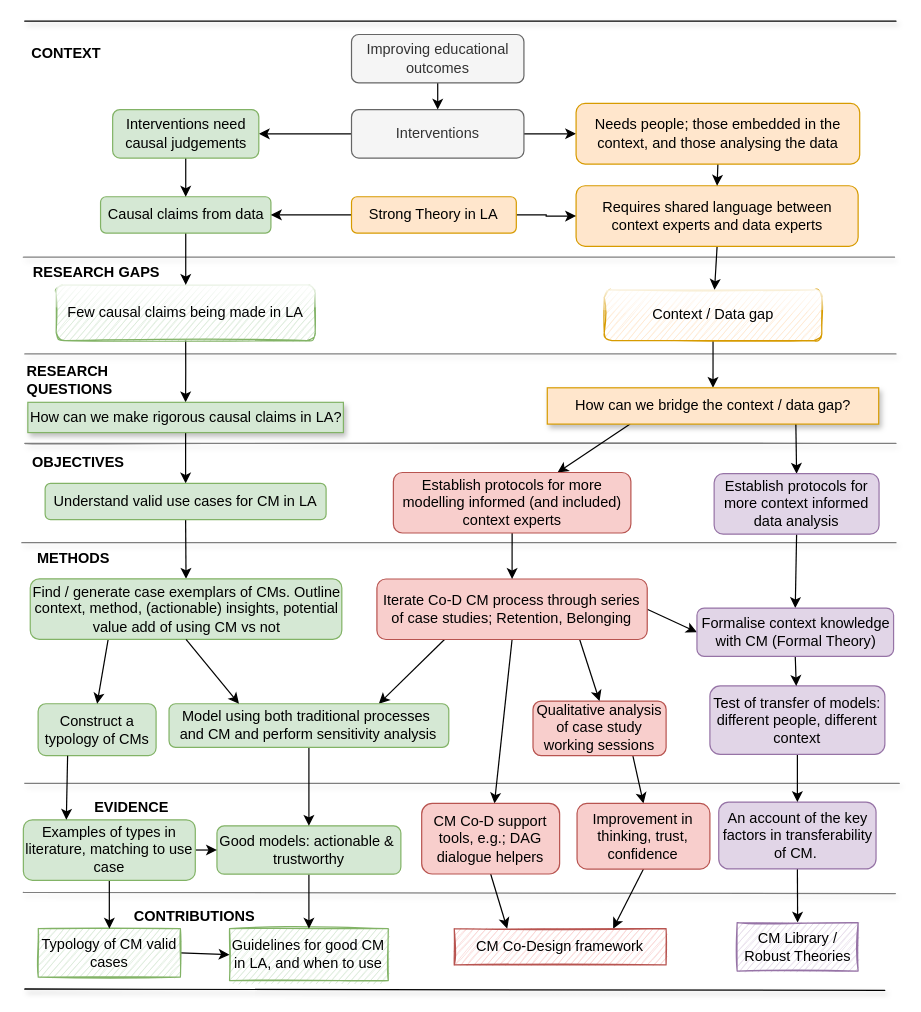
Before: page "Page-10" (10 of 10) of Thesis diagram.drawio in benwhicks/phd, a draw.io diagram. Source tidied: cells renumbered, new cells numbered last; positions are measured from the earlier drawing's top-left corner, leaving out a move shared by most shapes. Both pictures are drawn from the tidied source at 121%, with x=0, y=0 at pixel (22, 21).
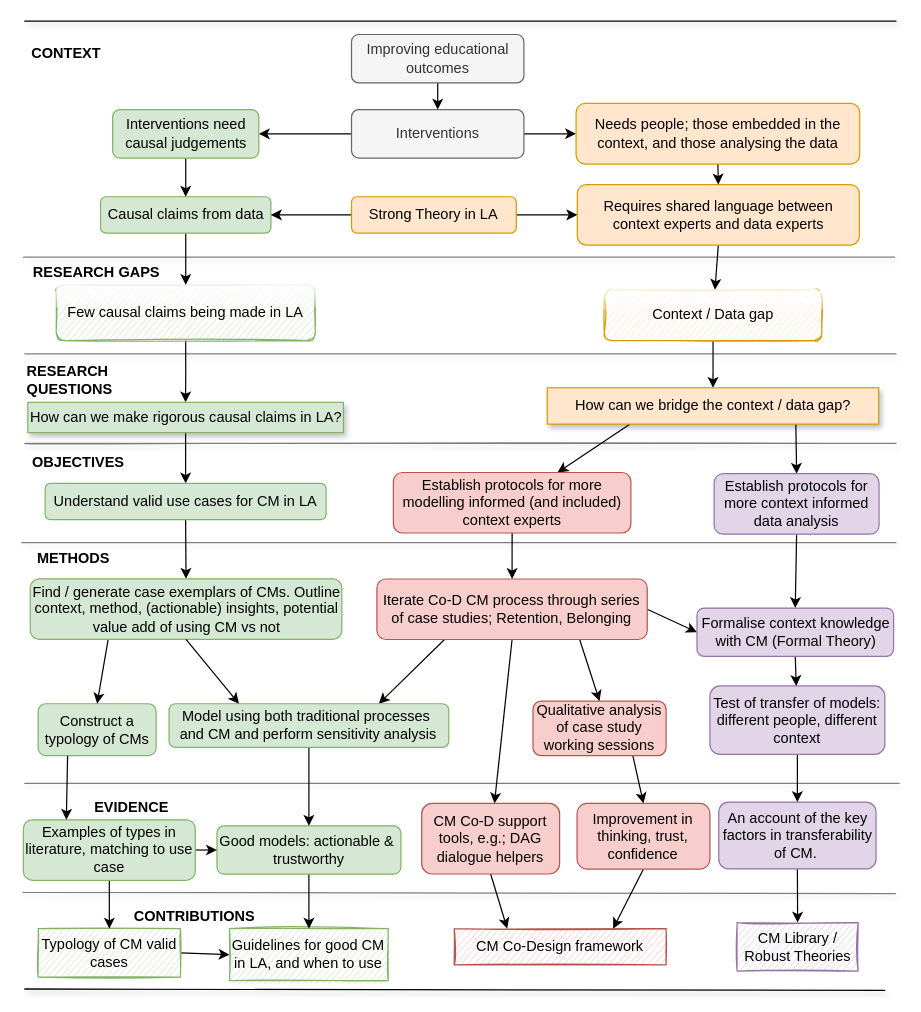
The same diagram, later.

Unchanged cells that the change refers to:
```xml
<mxCell id="83" value="Strong Theory in LA" style="rounded=1;whiteSpace=wrap;html=1;fillColor=#ffe6cc;strokeColor=#d79b00;" parent="1" vertex="1">
  <mxGeometry x="272" y="145.1" width="136.2" height="30" as="geometry" />
</mxCell>
```

The edit, as a diff of the source:
```diff
@@
     <mxCell id="40" value="Requires shared language between context experts and data experts" style="rounded=1;whiteSpace=wrap;html=1;fillColor=#ffe6cc;strokeColor=#d79b00;" parent="1" vertex="1">
-      <mxGeometry x="457.6" y="136" width="233.1" height="50.1" as="geometry" />
+      <mxGeometry x="458.6" y="135" width="233.1" height="50.1" as="geometry" />
     </mxCell>
@@
-    <mxCell id="81" style="edgeStyle=orthogonalEdgeStyle;rounded=0;jettySize=auto;html=1;exitX=1;exitY=0.5;exitDx=0;exitDy=0;entryX=0;entryY=0.5;entryDx=0;entryDy=0;" parent="1" edge="1" source="83" target="40">
+    <mxCell id="81" style="rounded=0;jettySize=auto;html=1;exitX=1;exitY=0.5;exitDx=0;exitDy=0;entryX=0;entryY=0.5;entryDx=0;entryDy=0;" parent="1" edge="1" source="83" target="40">
       <mxGeometry relative="1" as="geometry" />
     </mxCell>
```
